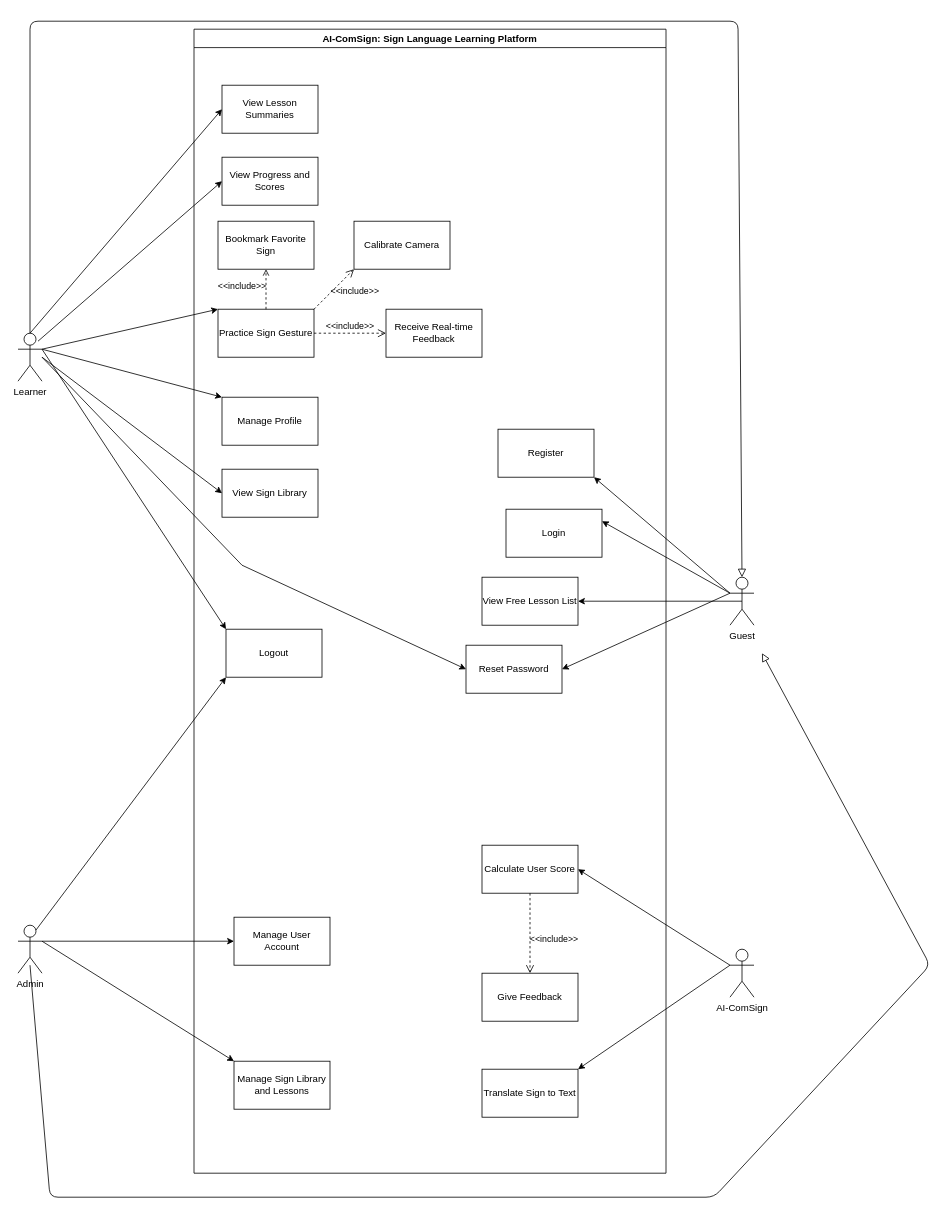
Above: docs/UseCase.drawio in CtrlConquerors/AI-ComSign (draw.io), before the change. Source tidied: cells renumbered, new cells numbered last; positions are measured from the earlier drawing's top-left corner, leaving out a move shared by most shapes. Both pictures are drawn from the tidied source at 80%, with x=0, y=0 at pixel (18, 21).
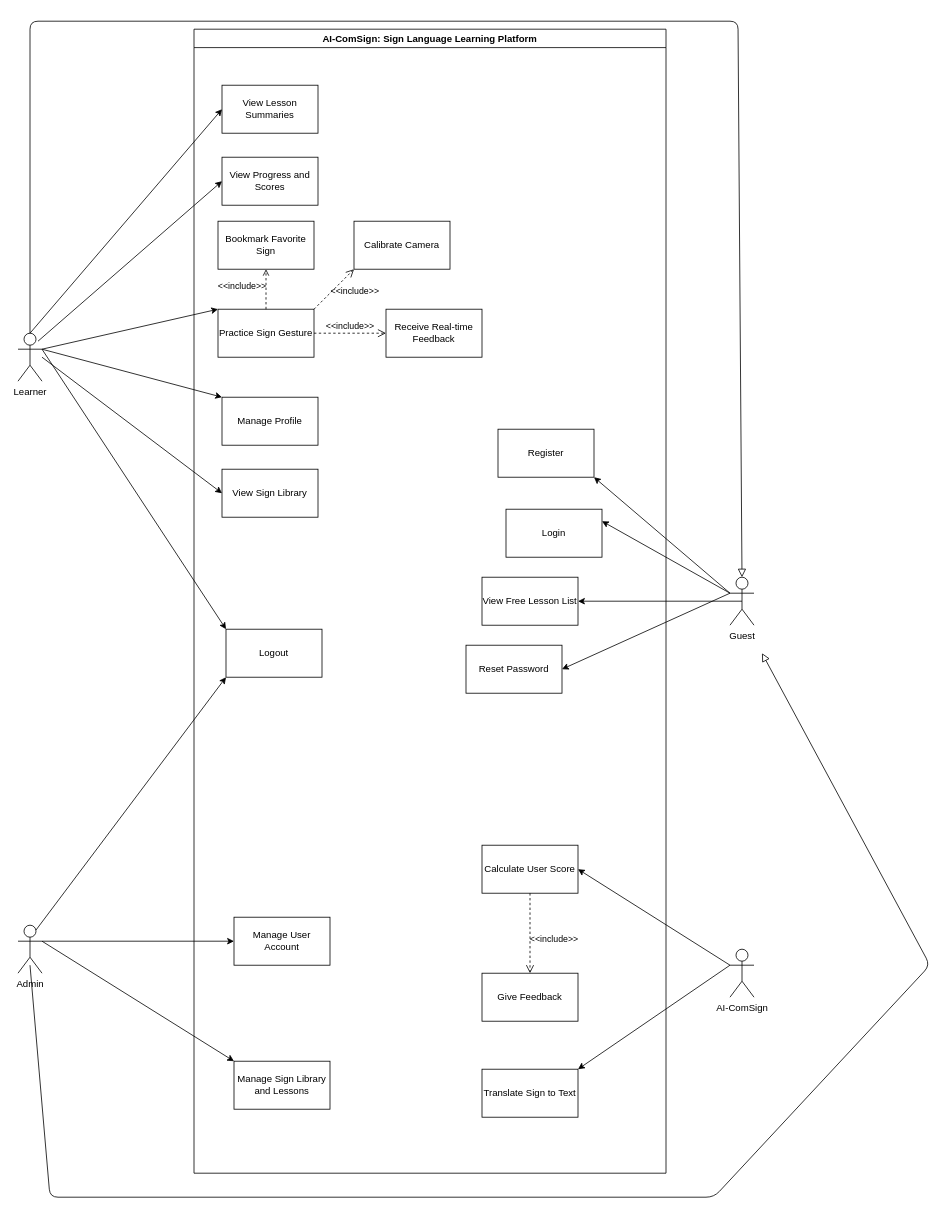
The same diagram, later.

Unchanged cells that the change refers to:
```xml
<mxCell id="2" value="Learner&lt;div&gt;&lt;br&gt;&lt;div&gt;&lt;br&gt;&lt;/div&gt;&lt;/div&gt;" style="shape=umlActor;verticalLabelPosition=bottom;verticalAlign=top;html=1;outlineConnect=0;" parent="1" vertex="1">
  <mxGeometry y="390" width="30" height="60" as="geometry" />
</mxCell>
<mxCell id="25" value="Reset Password" style="rounded=0;whiteSpace=wrap;html=1;" parent="5" vertex="1">
  <mxGeometry x="340" y="770" width="120" height="60" as="geometry" />
</mxCell>
```

What changed in the source:
```diff
@@
-    <mxCell id="45" style="endArrow=classic;html=1;rounded=0;exitX=1;exitY=0.5;exitDx=0;exitDy=0;exitPerimeter=0;entryX=0;entryY=0.5;entryDx=0;entryDy=0;" parent="1" edge="1" source="2" target="25">
-      <mxGeometry relative="1" as="geometry">
-        <Array as="points">
-          <mxPoint x="280" y="680" />
-        </Array>
-      </mxGeometry>
-    </mxCell>
```
